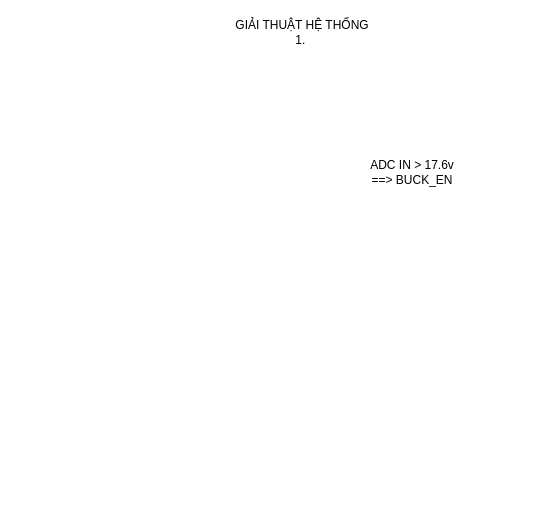
quochuymao/project232 keeps this draw.io diagram as project_rfs/firmware docs and API/Giải thuật MPPT.drawio. Above is the earlier version. Source tidied: cells renumbered, new cells numbered last; positions are measured from the earlier drawing's top-left corner, leaving out a move shared by most shapes. Both pictures are drawn from the tidied source at 100%, with x=0, y=0 at pixel (157, 17).
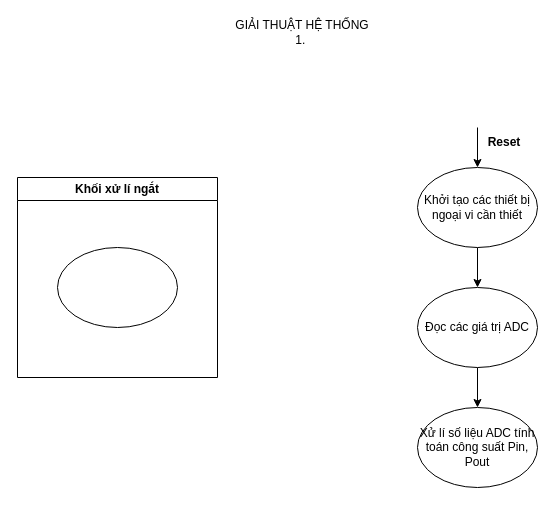
After the change.

Commit message (it also covers changes not shown here):
update flowchart for firmware

Diff of the diagram source:
```diff
@@
 <mxGraphModel>
   <root>
     <mxCell id="0" />
     <mxCell id="1" parent="0" />
     <mxCell id="2" value="GIẢI THUẬT HỆ THỐNG&lt;div&gt;1.&amp;nbsp;&lt;/div&gt;" style="text;html=1;align=center;verticalAlign=middle;whiteSpace=wrap;rounded=0;" parent="1" vertex="1">
       <mxGeometry width="290" height="30" as="geometry" />
     </mxCell>
-    <mxCell id="3" value="ADC IN &amp;gt; 17.6v&lt;div&gt;==&amp;gt; BUCK_EN&lt;/div&gt;" style="text;html=1;align=center;verticalAlign=middle;whiteSpace=wrap;rounded=0;" parent="1" vertex="1">
-      <mxGeometry x="140" y="140" width="230" height="30" as="geometry" />
-    </mxCell>
+    <mxCell id="4" value="Khối xử lí ngắt" style="swimlane;whiteSpace=wrap;html=1;" parent="1" vertex="1">
+      <mxGeometry x="-140" y="160" width="200" height="200" as="geometry" />
+    </mxCell>
+    <mxCell id="5" style="ellipse;whiteSpace=wrap;html=1;" parent="4" vertex="1">
+      <mxGeometry x="40" y="70" width="120" height="80" as="geometry" />
+    </mxCell>
+    <mxCell id="6" style="edgeStyle=orthogonalEdgeStyle;rounded=0;jettySize=auto;html=1;exitX=0.5;exitY=1;exitDx=0;exitDy=0;entryX=0.5;entryY=0;entryDx=0;entryDy=0;" parent="1" edge="1" source="7" target="11">
+      <mxGeometry relative="1" as="geometry" />
+    </mxCell>
+    <mxCell id="7" value="Khởi tạo các thiết bị ngoại vi cần thiết" style="ellipse;whiteSpace=wrap;html=1;" parent="1" vertex="1">
+      <mxGeometry x="260" y="150" width="120" height="80" as="geometry" />
+    </mxCell>
+    <mxCell id="8" style="endArrow=classic;html=1;rounded=0;entryX=0.5;entryY=0;entryDx=0;entryDy=0;" parent="1" edge="1" target="7">
+      <mxGeometry relative="1" as="geometry">
+        <mxPoint x="320" y="110" as="sourcePoint" />
+      </mxGeometry>
+    </mxCell>
+    <mxCell id="9" value="Reset" style="text;html=1;align=center;verticalAlign=middle;whiteSpace=wrap;rounded=0;fontStyle=1;" parent="1" vertex="1">
+      <mxGeometry x="317" y="110" width="60" height="30" as="geometry" />
+    </mxCell>
+    <mxCell id="10" style="edgeStyle=orthogonalEdgeStyle;rounded=0;jettySize=auto;html=1;exitX=0.5;exitY=1;exitDx=0;exitDy=0;entryX=0.5;entryY=0;entryDx=0;entryDy=0;" parent="1" edge="1" source="11" target="12">
+      <mxGeometry relative="1" as="geometry" />
+    </mxCell>
+    <mxCell id="11" value="Đọc các giá trị ADC" style="ellipse;whiteSpace=wrap;html=1;" parent="1" vertex="1">
+      <mxGeometry x="260" y="270" width="120" height="80" as="geometry" />
+    </mxCell>
+    <mxCell id="12" value="Xử lí số liệu ADC tính toán công suất Pin, Pout" style="ellipse;whiteSpace=wrap;html=1;" parent="1" vertex="1">
+      <mxGeometry x="260" y="390" width="120" height="80" as="geometry" />
+    </mxCell>
   </root>
 </mxGraphModel>
```
